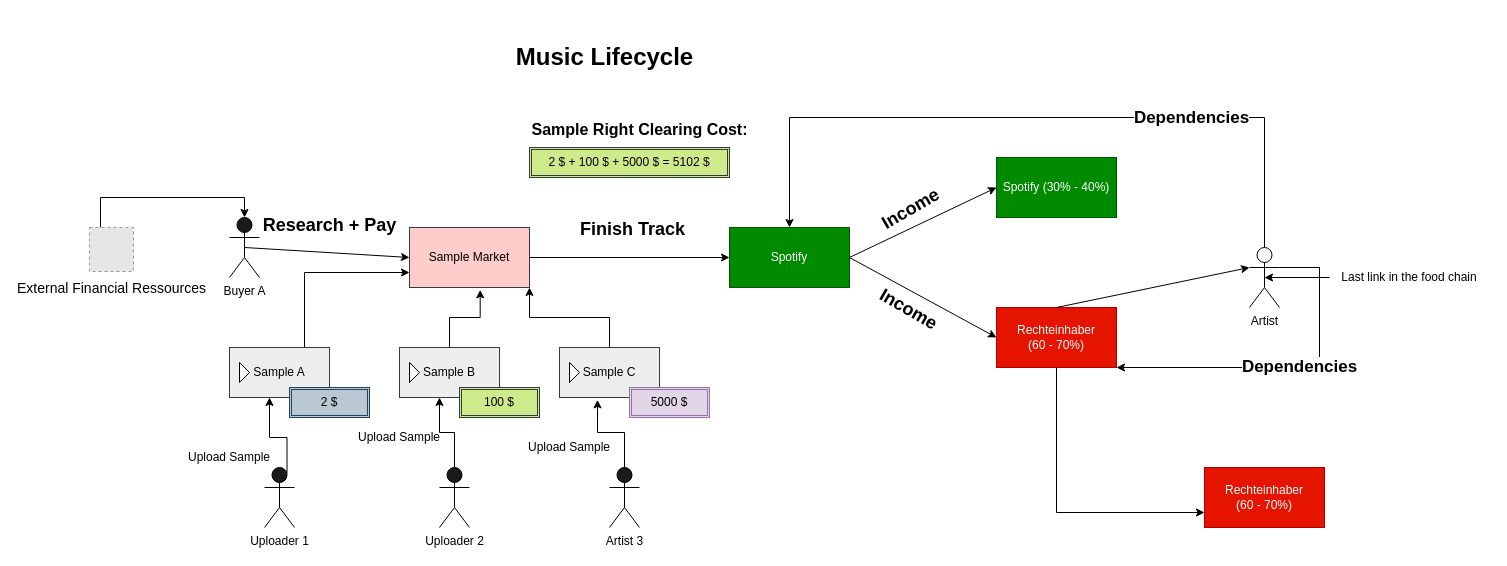
This is page "Music_Lifecylce" (22 of 26) of beatblender_diagrams.drawio from maximilian-mintchev/Diagrams, a draw.io file, before an edit. Source tidied: cells renumbered, new cells numbered last; positions are measured from the earlier drawing's top-left corner, leaving out a move shared by most shapes. Both pictures are drawn from the tidied source at 100%, with x=0, y=0 at pixel (89, 37). Pictures stored in the file or linked from it are replaced by grey dashed boxes.
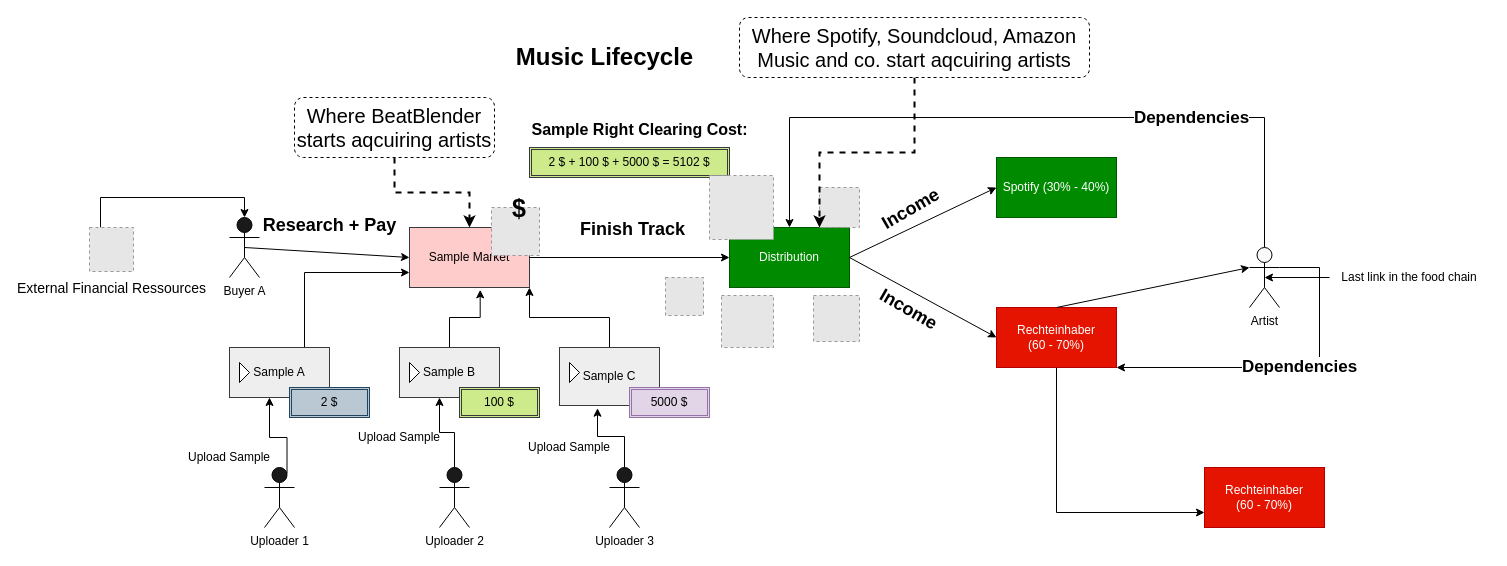
The same page after the edit.

Unchanged cells that the change refers to:
```xml
<mxCell id="2" value="Sample Market" style="rounded=0;whiteSpace=wrap;html=1;shadow=0;sketch=0;fillColor=#ffcccc;strokeColor=#36393d;" parent="1" vertex="1">
  <mxGeometry x="320" y="190" width="120" height="60" as="geometry" />
</mxCell>
```

The edit, as a diff of the source:
```diff
@@
-    <mxCell id="3" value="Spotify" style="rounded=0;whiteSpace=wrap;html=1;shadow=0;sketch=0;fillColor=#008a00;strokeColor=#005700;fontColor=#ffffff;" parent="1" vertex="1">
+    <mxCell id="3" value="Distribution" style="rounded=0;whiteSpace=wrap;html=1;shadow=0;sketch=0;fillColor=#008a00;strokeColor=#005700;fontColor=#ffffff;" parent="1" vertex="1">
       <mxGeometry x="640" y="190" width="120" height="60" as="geometry" />
     </mxCell>
@@
     <mxCell id="22" value="Sample C" style="html=1;whiteSpace=wrap;shadow=0;sketch=0;fillColor=#eeeeee;strokeColor=#36393d;" parent="1" vertex="1">
-      <mxGeometry x="470" y="310" width="100" height="50" as="geometry" />
+      <mxGeometry x="470" y="310" width="100" height="58" as="geometry" />
     </mxCell>
@@
-    <mxCell id="36" value="Artist 3" style="shape=umlActor;verticalLabelPosition=bottom;verticalAlign=top;html=1;outlineConnect=0;shadow=0;sketch=0;fillColor=#1A1A1A;" parent="1" vertex="1">
+    <mxCell id="36" value="Uploader 3" style="shape=umlActor;verticalLabelPosition=bottom;verticalAlign=top;html=1;outlineConnect=0;shadow=0;sketch=0;fillColor=#1A1A1A;" parent="1" vertex="1">
       <mxGeometry x="520" y="430" width="30" height="60" as="geometry" />
     </mxCell>
@@
+    <mxCell id="51" style="fillColor=#E6E6E6;strokeColor=#999999;dashed=1;html=1;verticalAlign=top;verticalLabelPosition=bottom;labelBackgroundColor=#ffffff;fontSize=20;" parent="1" vertex="1">
+      <mxGeometry x="402" y="170" width="48" height="48" as="geometry" />
+    </mxCell>
+    <mxCell id="52" style="fillColor=#E6E6E6;strokeColor=#999999;dashed=1;html=1;verticalAlign=top;verticalLabelPosition=bottom;labelBackgroundColor=#ffffff;fontSize=20;" parent="1" vertex="1">
+      <mxGeometry x="576" y="240" width="38" height="38" as="geometry" />
+    </mxCell>
+    <mxCell id="53" style="fillColor=#E6E6E6;strokeColor=#999999;dashed=1;html=1;verticalAlign=top;verticalLabelPosition=bottom;labelBackgroundColor=#ffffff;fontSize=20;" parent="1" vertex="1">
+      <mxGeometry x="620" y="138" width="64" height="64" as="geometry" />
+    </mxCell>
+    <mxCell id="54" style="fillColor=#E6E6E6;strokeColor=#999999;dashed=1;html=1;verticalAlign=top;verticalLabelPosition=bottom;labelBackgroundColor=#ffffff;fontSize=20;" parent="1" vertex="1">
+      <mxGeometry x="632" y="258" width="52" height="52" as="geometry" />
+    </mxCell>
+    <mxCell id="55" style="fillColor=#E6E6E6;strokeColor=#999999;dashed=1;html=1;verticalAlign=top;verticalLabelPosition=bottom;labelBackgroundColor=#ffffff;fontSize=20;" parent="1" vertex="1">
+      <mxGeometry x="724" y="258" width="46" height="46" as="geometry" />
+    </mxCell>
+    <mxCell id="56" style="fillColor=#E6E6E6;strokeColor=#999999;dashed=1;html=1;verticalAlign=top;verticalLabelPosition=bottom;labelBackgroundColor=#ffffff;fontSize=20;" parent="1" vertex="1">
+      <mxGeometry x="730" y="150" width="40" height="40" as="geometry" />
+    </mxCell>
+    <mxCell id="57" style="edgeStyle=orthogonalEdgeStyle;rounded=0;jettySize=auto;html=1;dashed=1;fontSize=20;strokeWidth=2;" parent="1" edge="1" source="58" target="2">
+      <mxGeometry relative="1" as="geometry" />
+    </mxCell>
+    <mxCell id="58" value="Where BeatBlender starts aqcuiring artists" style="rounded=1;whiteSpace=wrap;html=1;fontSize=20;fillColor=#FFFFFF;dashed=1;" parent="1" vertex="1">
+      <mxGeometry x="205" y="60" width="200" height="60" as="geometry" />
+    </mxCell>
+    <mxCell id="59" style="edgeStyle=orthogonalEdgeStyle;rounded=0;jettySize=auto;html=1;entryX=0.75;entryY=0;entryDx=0;entryDy=0;dashed=1;fontSize=20;strokeWidth=2;" parent="1" edge="1" source="60" target="3">
+      <mxGeometry relative="1" as="geometry" />
+    </mxCell>
+    <mxCell id="60" value="Where Spotify, Soundcloud, Amazon Music and co. start aqcuiring artists" style="rounded=1;whiteSpace=wrap;html=1;fontSize=20;fillColor=#FFFFFF;dashed=1;" parent="1" vertex="1">
+      <mxGeometry x="650" y="-20" width="350" height="60" as="geometry" />
+    </mxCell>
+    <mxCell id="61" value="&lt;b&gt;&lt;font style=&quot;font-size: 25px&quot;&gt;$&lt;/font&gt;&lt;/b&gt;" style="text;html=1;strokeColor=none;fillColor=none;align=center;verticalAlign=middle;whiteSpace=wrap;rounded=0;dashed=1;fontSize=20;" parent="1" vertex="1">
+      <mxGeometry x="410" y="160" width="40" height="20" as="geometry" />
+    </mxCell>
```
